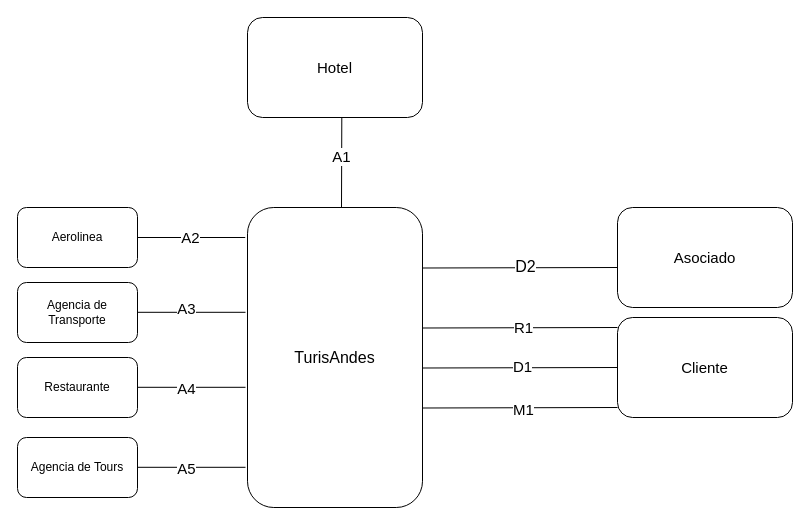
Before: parcial2/Taller1.drawio in David-Fuq/Parcial2_SW, a draw.io diagram. Source tidied: cells renumbered, new cells numbered last; positions are measured from the earlier drawing's top-left corner, leaving out a move shared by most shapes. Both pictures are drawn from the tidied source at 100%, with x=0, y=0 at pixel (17, 17).
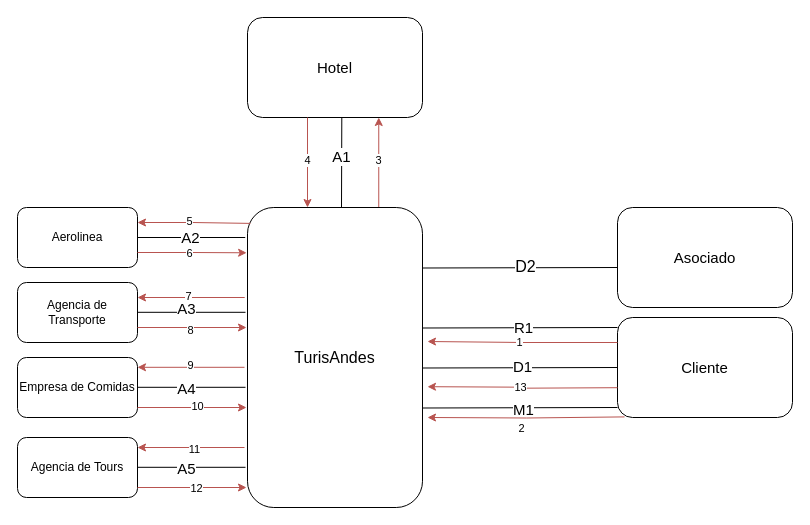
The same diagram, later.

The change refers to these unchanged cells:
```xml
<mxCell id="2" value="&lt;font style=&quot;font-size: 16px;&quot;&gt;TurisAndes&lt;/font&gt;" style="rounded=1;whiteSpace=wrap;html=1;" parent="1" vertex="1">
  <mxGeometry x="230" y="190" width="175" height="300" as="geometry" />
</mxCell>
<mxCell id="3" value="&lt;font style=&quot;font-size: 15px;&quot;&gt;Cliente&lt;/font&gt;" style="rounded=1;whiteSpace=wrap;html=1;" parent="1" vertex="1">
  <mxGeometry x="600" y="300" width="175" height="100" as="geometry" />
</mxCell>
<mxCell id="11" value="&lt;font style=&quot;font-size: 15px;&quot;&gt;Hotel&lt;/font&gt;" style="rounded=1;whiteSpace=wrap;html=1;" parent="1" vertex="1">
  <mxGeometry x="230" width="175" height="100" as="geometry" />
</mxCell>
<mxCell id="14" value="Aerolinea" style="rounded=1;whiteSpace=wrap;html=1;" parent="1" vertex="1">
  <mxGeometry y="190" width="120" height="60" as="geometry" />
</mxCell>
<mxCell id="15" value="Agencia de Transporte" style="rounded=1;whiteSpace=wrap;html=1;" parent="1" vertex="1">
  <mxGeometry y="265" width="120" height="60" as="geometry" />
</mxCell>
```

Change to the diagram source:
```diff
@@
+    <mxCell id="28" style="edgeStyle=orthogonalEdgeStyle;rounded=0;jettySize=auto;html=1;exitX=0.75;exitY=0;exitDx=0;exitDy=0;entryX=0.75;entryY=1;entryDx=0;entryDy=0;fillColor=#f8cecc;strokeColor=#b85450;" parent="1" edge="1" source="2" target="11">
+      <mxGeometry relative="1" as="geometry" />
+    </mxCell>
+    <mxCell id="29" value="3" style="edgeLabel;html=1;align=center;verticalAlign=middle;" parent="28" vertex="1">
+      <mxGeometry x="0.06" y="1" relative="1" as="geometry" />
+    </mxCell>
@@
-    <mxCell id="16" value="Restaurante" style="rounded=1;whiteSpace=wrap;html=1;" parent="1" vertex="1">
+    <mxCell id="16" value="Empresa de Comidas" style="rounded=1;whiteSpace=wrap;html=1;" parent="1" vertex="1">
       <mxGeometry y="340" width="120" height="60" as="geometry" />
     </mxCell>
@@
+    <mxCell id="30" style="edgeStyle=orthogonalEdgeStyle;rounded=0;jettySize=auto;html=1;exitX=0;exitY=0.25;exitDx=0;exitDy=0;fillColor=#f8cecc;strokeColor=#b85450;" parent="1" edge="1" source="3">
+      <mxGeometry relative="1" as="geometry">
+        <mxPoint x="410" y="324" as="targetPoint" />
+      </mxGeometry>
+    </mxCell>
+    <mxCell id="31" value="1" style="edgeLabel;html=1;align=center;verticalAlign=middle;" parent="30" vertex="1">
+      <mxGeometry x="0.04" relative="1" as="geometry" />
+    </mxCell>
+    <mxCell id="32" style="edgeStyle=orthogonalEdgeStyle;rounded=0;orthogonalLoop=1;jettySize=auto;html=1;exitX=0.75;exitY=0;exitDx=0;exitDy=0;entryX=0.75;entryY=1;entryDx=0;entryDy=0;fillColor=#f8cecc;strokeColor=#b85450;startArrow=classic;startFill=1;endArrow=none;endFill=0;" parent="1" edge="1">
+      <mxGeometry relative="1" as="geometry">
+        <mxPoint x="290" y="190" as="sourcePoint" />
+        <mxPoint x="290" y="100" as="targetPoint" />
+      </mxGeometry>
+    </mxCell>
+    <mxCell id="33" value="4" style="edgeLabel;html=1;align=center;verticalAlign=middle;" parent="32" vertex="1">
+      <mxGeometry x="0.06" y="1" relative="1" as="geometry" />
+    </mxCell>
+    <mxCell id="34" style="edgeStyle=orthogonalEdgeStyle;rounded=0;jettySize=auto;html=1;exitX=1;exitY=0.25;exitDx=0;exitDy=0;entryX=0.017;entryY=0.053;entryDx=0;entryDy=0;entryPerimeter=0;fillColor=#f8cecc;strokeColor=#b85450;startArrow=classic;startFill=1;endArrow=none;endFill=0;" parent="1" edge="1" source="14" target="2">
+      <mxGeometry relative="1" as="geometry" />
+    </mxCell>
+    <mxCell id="35" value="5" style="edgeLabel;html=1;align=center;verticalAlign=middle;" parent="34" vertex="1">
+      <mxGeometry x="-0.1" y="2" relative="1" as="geometry" />
+    </mxCell>
+    <mxCell id="36" style="edgeStyle=orthogonalEdgeStyle;rounded=0;jettySize=auto;html=1;exitX=1;exitY=0.75;exitDx=0;exitDy=0;entryX=-0.005;entryY=0.151;entryDx=0;entryDy=0;entryPerimeter=0;fillColor=#f8cecc;strokeColor=#b85450;" parent="1" edge="1" source="14" target="2">
+      <mxGeometry relative="1" as="geometry" />
+    </mxCell>
+    <mxCell id="37" value="6" style="edgeLabel;html=1;align=center;verticalAlign=middle;" parent="36" vertex="1">
+      <mxGeometry x="-0.06" relative="1" as="geometry" />
+    </mxCell>
+    <mxCell id="38" style="edgeStyle=orthogonalEdgeStyle;rounded=0;orthogonalLoop=1;jettySize=auto;html=1;exitX=1;exitY=0.75;exitDx=0;exitDy=0;entryX=-0.005;entryY=0.151;entryDx=0;entryDy=0;entryPerimeter=0;fillColor=#f8cecc;strokeColor=#b85450;" parent="1" edge="1">
+      <mxGeometry relative="1" as="geometry">
+        <mxPoint x="120" y="310" as="sourcePoint" />
+        <mxPoint x="229" y="310" as="targetPoint" />
+      </mxGeometry>
+    </mxCell>
+    <mxCell id="39" value="8" style="edgeLabel;html=1;align=center;verticalAlign=middle;" parent="38" vertex="1">
+      <mxGeometry x="-0.04" y="-2" relative="1" as="geometry" />
+    </mxCell>
+    <mxCell id="40" style="edgeStyle=orthogonalEdgeStyle;rounded=0;orthogonalLoop=1;jettySize=auto;html=1;exitX=1;exitY=0.75;exitDx=0;exitDy=0;entryX=-0.005;entryY=0.151;entryDx=0;entryDy=0;entryPerimeter=0;fillColor=#f8cecc;strokeColor=#b85450;" parent="1" edge="1">
+      <mxGeometry relative="1" as="geometry">
+        <mxPoint x="120" y="390" as="sourcePoint" />
+        <mxPoint x="229" y="390" as="targetPoint" />
+      </mxGeometry>
+    </mxCell>
+    <mxCell id="41" value="10" style="edgeLabel;html=1;align=center;verticalAlign=middle;" parent="40" vertex="1">
+      <mxGeometry x="0.09" y="2" relative="1" as="geometry" />
+    </mxCell>
+    <mxCell id="42" style="edgeStyle=orthogonalEdgeStyle;rounded=0;orthogonalLoop=1;jettySize=auto;html=1;exitX=1;exitY=0.75;exitDx=0;exitDy=0;entryX=-0.005;entryY=0.151;entryDx=0;entryDy=0;entryPerimeter=0;fillColor=#f8cecc;strokeColor=#b85450;" parent="1" edge="1">
+      <mxGeometry relative="1" as="geometry">
+        <mxPoint x="120" y="470" as="sourcePoint" />
+        <mxPoint x="229" y="470" as="targetPoint" />
+      </mxGeometry>
+    </mxCell>
+    <mxCell id="43" value="12" style="edgeLabel;html=1;align=center;verticalAlign=middle;" parent="42" vertex="1">
+      <mxGeometry x="0.06" relative="1" as="geometry" />
+    </mxCell>
+    <mxCell id="44" style="edgeStyle=orthogonalEdgeStyle;rounded=0;jettySize=auto;html=1;exitX=1;exitY=0.25;exitDx=0;exitDy=0;entryX=-0.016;entryY=0.3;entryDx=0;entryDy=0;entryPerimeter=0;startArrow=classic;startFill=1;endArrow=none;endFill=0;fillColor=#f8cecc;strokeColor=#b85450;" parent="1" edge="1" source="15" target="2">
+      <mxGeometry relative="1" as="geometry" />
+    </mxCell>
+    <mxCell id="45" value="7" style="edgeLabel;html=1;align=center;verticalAlign=middle;" parent="44" vertex="1">
+      <mxGeometry x="-0.06" y="2" relative="1" as="geometry" />
+    </mxCell>
+    <mxCell id="46" style="edgeStyle=orthogonalEdgeStyle;rounded=0;orthogonalLoop=1;jettySize=auto;html=1;exitX=1;exitY=0.25;exitDx=0;exitDy=0;entryX=-0.016;entryY=0.3;entryDx=0;entryDy=0;entryPerimeter=0;startArrow=classic;startFill=1;endArrow=none;endFill=0;fillColor=#f8cecc;strokeColor=#b85450;" parent="1" edge="1">
+      <mxGeometry relative="1" as="geometry">
+        <mxPoint x="120" y="349.8" as="sourcePoint" />
+        <mxPoint x="227" y="349.8" as="targetPoint" />
+      </mxGeometry>
+    </mxCell>
+    <mxCell id="47" value="9" style="edgeLabel;html=1;align=center;verticalAlign=middle;" parent="46" vertex="1">
+      <mxGeometry x="-0.03" y="2" relative="1" as="geometry" />
+    </mxCell>
+    <mxCell id="48" style="edgeStyle=orthogonalEdgeStyle;rounded=0;orthogonalLoop=1;jettySize=auto;html=1;exitX=1;exitY=0.25;exitDx=0;exitDy=0;entryX=-0.016;entryY=0.3;entryDx=0;entryDy=0;entryPerimeter=0;startArrow=classic;startFill=1;endArrow=none;endFill=0;fillColor=#f8cecc;strokeColor=#b85450;" parent="1" edge="1">
+      <mxGeometry relative="1" as="geometry">
+        <mxPoint x="120" y="430" as="sourcePoint" />
+        <mxPoint x="227" y="430" as="targetPoint" />
+      </mxGeometry>
+    </mxCell>
+    <mxCell id="49" value="11" style="edgeLabel;html=1;align=center;verticalAlign=middle;" parent="48" vertex="1">
+      <mxGeometry x="0.04" y="-1" relative="1" as="geometry" />
+    </mxCell>
+    <mxCell id="50" style="edgeStyle=orthogonalEdgeStyle;rounded=0;orthogonalLoop=1;jettySize=auto;html=1;entryX=-0.016;entryY=0.3;entryDx=0;entryDy=0;entryPerimeter=0;startArrow=classic;startFill=1;endArrow=none;endFill=0;fillColor=#f8cecc;strokeColor=#b85450;" parent="1" edge="1">
+      <mxGeometry relative="1" as="geometry">
+        <mxPoint x="410" y="400" as="sourcePoint" />
+        <mxPoint x="607" y="399.4" as="targetPoint" />
+      </mxGeometry>
+    </mxCell>
+    <mxCell id="51" value="2" style="edgeLabel;html=1;align=center;verticalAlign=middle;" parent="50" vertex="1">
+      <mxGeometry x="-0.06" y="2" relative="1" as="geometry">
+        <mxPoint y="12" as="offset" />
+      </mxGeometry>
+    </mxCell>
+    <mxCell id="52" style="edgeStyle=orthogonalEdgeStyle;rounded=0;orthogonalLoop=1;jettySize=auto;html=1;exitX=0;exitY=0.25;exitDx=0;exitDy=0;fillColor=#f8cecc;strokeColor=#b85450;" parent="1" edge="1">
+      <mxGeometry relative="1" as="geometry">
+        <mxPoint x="600" y="370.2" as="sourcePoint" />
+        <mxPoint x="410" y="369.2" as="targetPoint" />
+      </mxGeometry>
+    </mxCell>
+    <mxCell id="53" value="13" style="edgeLabel;html=1;align=center;verticalAlign=middle;" parent="52" vertex="1">
+      <mxGeometry x="0.04" relative="1" as="geometry" />
+    </mxCell>
```
